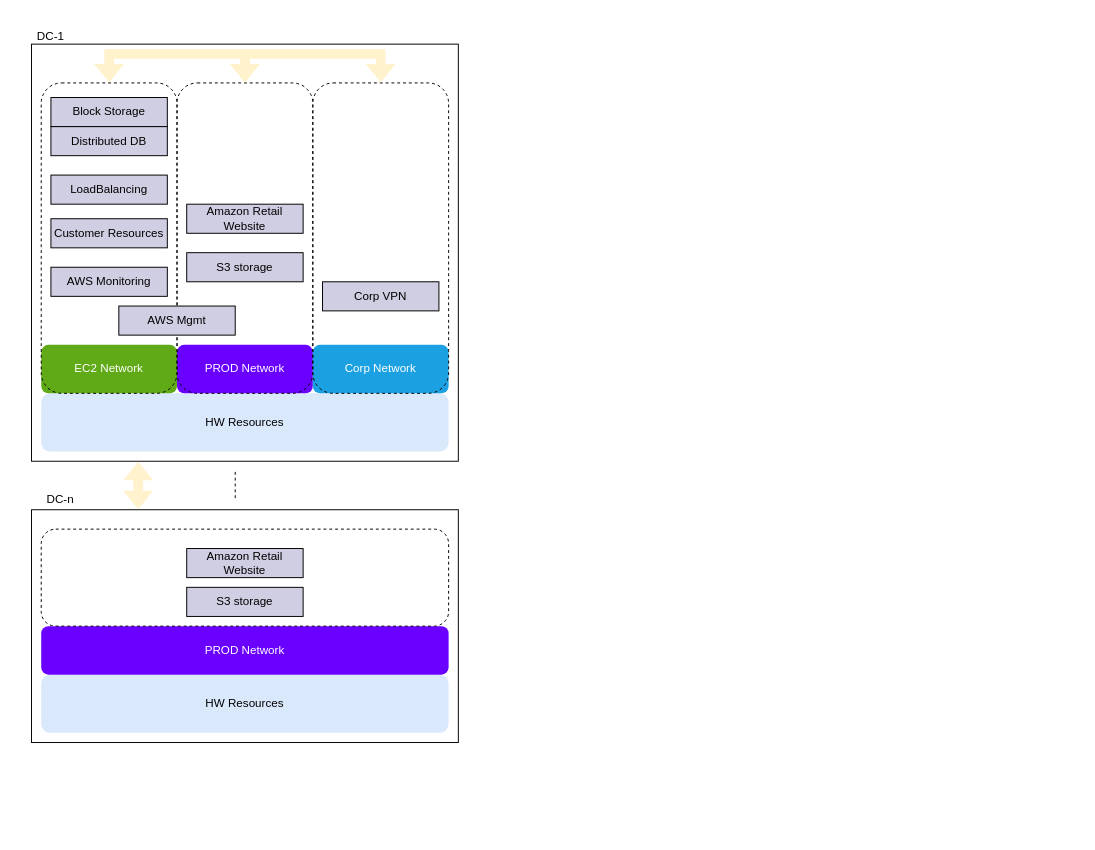
sugchand/drawio keeps this draw.io diagram as amazon hw resources.drawio. Above is the earlier version. Source tidied: cells renumbered, new cells numbered last; positions are measured from the earlier drawing's top-left corner, leaving out a move shared by most shapes. Both pictures are drawn from the tidied source at 97%, with x=0, y=0 at pixel (31, 26).
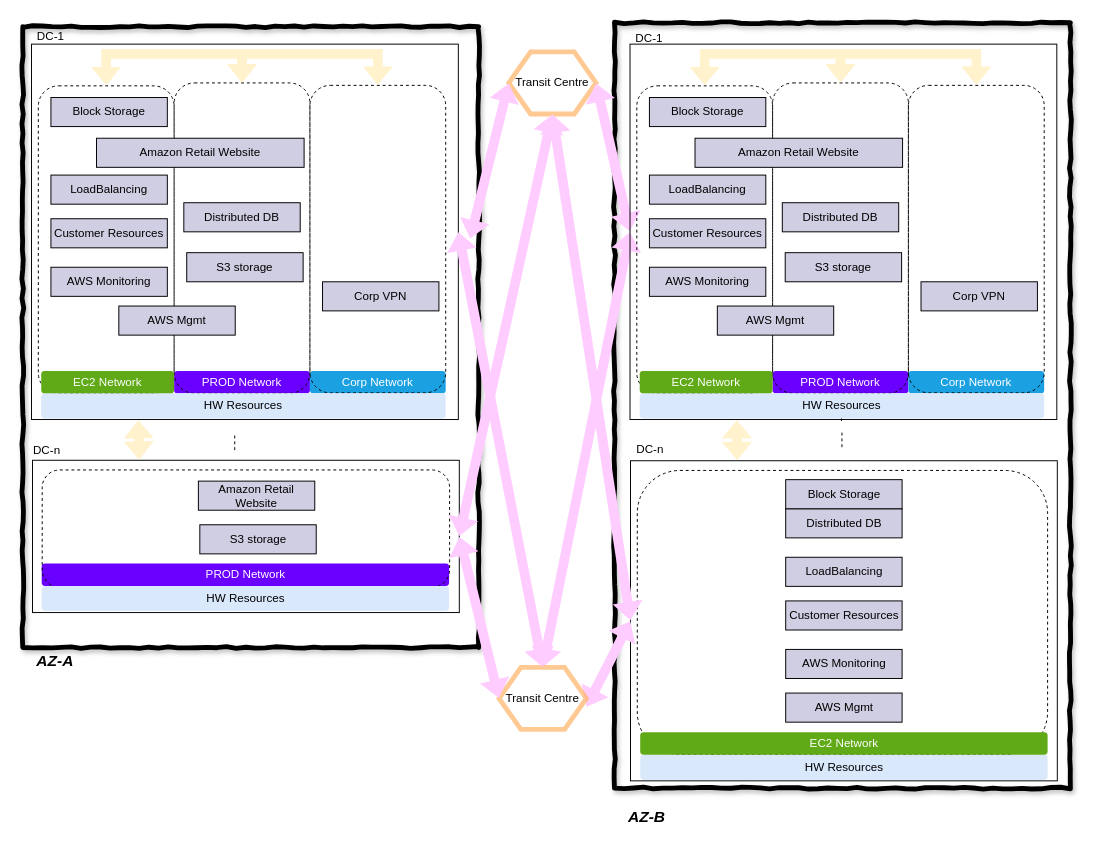
Above is the later version.

Change to the diagram source:
```diff
@@
+    <mxCell id="31" style="rounded=0;whiteSpace=wrap;html=1;fillColor=none;strokeWidth=5;shadow=1;glass=0;comic=1;" parent="1" vertex="1">
+      <mxGeometry x="601" y="-4" width="470" height="789" as="geometry" />
+    </mxCell>
+    <mxCell id="18" style="rounded=1;whiteSpace=wrap;html=1;fillColor=none;strokeColor=#000000;fontColor=#ffffff;dashed=1;" parent="1" vertex="1">
+      <mxGeometry x="7" y="61" width="140" height="317" as="geometry" />
+    </mxCell>
+    <mxCell id="32" style="rounded=1;whiteSpace=wrap;html=1;fillColor=none;strokeColor=#000000;fontColor=#ffffff;dashed=1;" parent="1" vertex="1">
+      <mxGeometry x="624.5" y="457.5" width="423" height="293" as="geometry" />
+    </mxCell>
+    <mxCell id="33" style="rounded=0;whiteSpace=wrap;html=1;fillColor=none;strokeWidth=5;shadow=1;glass=0;comic=1;" parent="1" vertex="1">
+      <mxGeometry x="-9" width="470" height="640" as="geometry" />
+    </mxCell>
+    <mxCell id="34" style="rounded=0;whiteSpace=wrap;html=1;strokeColor=#000000;fillColor=none;" parent="1" vertex="1">
+      <mxGeometry x="1" y="447" width="440" height="157" as="geometry" />
+    </mxCell>
     <mxCell id="2" style="endArrow=none;dashed=1;html=1;" parent="1" edge="1">
       <mxGeometry relative="1" as="geometry">
-        <mxPoint x="210" y="486" as="sourcePoint" />
-        <mxPoint x="210" y="456" as="targetPoint" />
+        <mxPoint x="209.5" y="436.5" as="sourcePoint" />
+        <mxPoint x="209.5" y="421" as="targetPoint" />
       </mxGeometry>
     </mxCell>
-    <mxCell id="3" value="HW Resources" style="rounded=1;whiteSpace=wrap;html=1;fillColor=#dae8fc;strokeColor=none;" parent="1" vertex="1">
-      <mxGeometry x="10" y="668" width="420" height="60" as="geometry" />
-    </mxCell>
-    <mxCell id="4" value="PROD Network" style="rounded=1;whiteSpace=wrap;html=1;fillColor=#6a00ff;strokeColor=none;fontColor=#ffffff;" parent="1" vertex="1">
-      <mxGeometry x="10" y="618" width="420" height="50" as="geometry" />
-    </mxCell>
-    <mxCell id="5" style="rounded=1;whiteSpace=wrap;html=1;fillColor=none;strokeColor=#000000;fontColor=#ffffff;dashed=1;" parent="1" vertex="1">
-      <mxGeometry x="10" y="518" width="420" height="100" as="geometry" />
-    </mxCell>
-    <mxCell id="6" value="S3 storage" style="rounded=0;whiteSpace=wrap;html=1;strokeColor=#000000;fillColor=#d0cee2;" parent="1" vertex="1">
-      <mxGeometry x="160" y="578" width="120" height="30" as="geometry" />
-    </mxCell>
-    <mxCell id="7" value="Amazon Retail Website" style="rounded=0;whiteSpace=wrap;html=1;strokeColor=#000000;fillColor=#d0cee2;" parent="1" vertex="1">
-      <mxGeometry x="160" y="538" width="120" height="30" as="geometry" />
-    </mxCell>
-    <mxCell id="8" style="rounded=0;whiteSpace=wrap;html=1;strokeColor=#000000;fillColor=none;" parent="1" vertex="1">
-      <mxGeometry y="498" width="440" height="240" as="geometry" />
-    </mxCell>
-    <mxCell id="9" value="DC-n" style="text;html=1;strokeColor=none;fillColor=none;align=center;verticalAlign=middle;whiteSpace=wrap;rounded=0;" parent="1" vertex="1">
-      <mxGeometry x="10" y="478" width="40" height="20" as="geometry" />
-    </mxCell>
     <mxCell id="10" style="rounded=0;whiteSpace=wrap;html=1;strokeColor=#000000;fillColor=none;" parent="1" vertex="1">
-      <mxGeometry y="18" width="440" height="430" as="geometry" />
+      <mxGeometry y="18" width="440" height="387" as="geometry" />
     </mxCell>
-    <mxCell id="11" value="HW Resources" style="rounded=1;whiteSpace=wrap;html=1;fillColor=#dae8fc;strokeColor=none;" parent="1" vertex="1">
-      <mxGeometry x="10" y="378" width="420" height="60" as="geometry" />
-    </mxCell>
-    <mxCell id="12" value="EC2 Network" style="rounded=1;whiteSpace=wrap;html=1;fillColor=#60a917;strokeColor=none;fontColor=#ffffff;" parent="1" vertex="1">
-      <mxGeometry x="10" y="328" width="140" height="50" as="geometry" />
-    </mxCell>
     <mxCell id="13" value="PROD Network" style="rounded=1;whiteSpace=wrap;html=1;fillColor=#6a00ff;strokeColor=none;fontColor=#ffffff;" parent="1" vertex="1">
-      <mxGeometry x="150" y="328" width="140" height="50" as="geometry" />
+      <mxGeometry x="147" y="355" width="140" height="23" as="geometry" />
     </mxCell>
     <mxCell id="14" value="Corp Network" style="rounded=1;whiteSpace=wrap;html=1;fillColor=#1ba1e2;strokeColor=none;fontColor=#ffffff;" parent="1" vertex="1">
-      <mxGeometry x="290" y="328" width="140" height="50" as="geometry" />
+      <mxGeometry x="287" y="355" width="140" height="23" as="geometry" />
     </mxCell>
     <mxCell id="15" style="rounded=1;whiteSpace=wrap;html=1;fillColor=none;strokeColor=#000000;fontColor=#ffffff;dashed=1;" parent="1" vertex="1">
-      <mxGeometry x="150" y="58" width="140" height="320" as="geometry" />
+      <mxGeometry x="147" y="58" width="140" height="320" as="geometry" />
     </mxCell>
     <mxCell id="16" style="rounded=1;whiteSpace=wrap;html=1;fillColor=none;strokeColor=#000000;fontColor=#ffffff;dashed=1;" parent="1" vertex="1">
-      <mxGeometry x="290" y="58" width="140" height="320" as="geometry" />
+      <mxGeometry x="287" y="60.5" width="140" height="317" as="geometry" />
     </mxCell>
@@
-    <mxCell id="18" style="rounded=1;whiteSpace=wrap;html=1;fillColor=none;strokeColor=#000000;fontColor=#ffffff;dashed=1;" parent="1" vertex="1">
-      <mxGeometry x="10" y="58" width="140" height="320" as="geometry" />
-    </mxCell>
@@
-    <mxCell id="24" value="Distributed DB" style="rounded=0;whiteSpace=wrap;html=1;strokeColor=#000000;fillColor=#d0cee2;" parent="1" vertex="1">
-      <mxGeometry x="20" y="103" width="120" height="30" as="geometry" />
-    </mxCell>
     <mxCell id="25" value="Amazon Retail Website" style="rounded=0;whiteSpace=wrap;html=1;strokeColor=#000000;fillColor=#d0cee2;" parent="1" vertex="1">
-      <mxGeometry x="160" y="183" width="120" height="30" as="geometry" />
+      <mxGeometry x="67" y="115" width="214" height="30" as="geometry" />
     </mxCell>
@@
-    <mxCell id="30" style="rounded=0;jettySize=auto;html=1;exitX=0.25;exitY=0;exitDx=0;exitDy=0;entryX=0.25;entryY=1;entryDx=0;entryDy=0;shape=flexArrow;startArrow=block;fillColor=#fff2cc;strokeColor=none;" parent="1" edge="1" source="8" target="10">
+    <mxCell id="30" style="rounded=0;jettySize=auto;html=1;entryX=0.25;entryY=1;entryDx=0;entryDy=0;shape=flexArrow;startArrow=block;fillColor=#fff2cc;strokeColor=none;exitX=0.25;exitY=0;exitDx=0;exitDy=0;" parent="1" edge="1" source="34" target="10">
       <mxGeometry relative="1" as="geometry" />
     </mxCell>
+    <mxCell id="35" value="HW Resources" style="rounded=1;whiteSpace=wrap;html=1;fillColor=#dae8fc;strokeColor=none;" parent="1" vertex="1">
+      <mxGeometry x="10" y="378" width="417" height="26" as="geometry" />
+    </mxCell>
+    <mxCell id="36" value="EC2 Network" style="rounded=1;whiteSpace=wrap;html=1;fillColor=#60a917;strokeColor=none;fontColor=#ffffff;" parent="1" vertex="1">
+      <mxGeometry x="10" y="355" width="137" height="23" as="geometry" />
+    </mxCell>
+    <mxCell id="37" value="PROD Network" style="rounded=1;whiteSpace=wrap;html=1;fillColor=#6a00ff;strokeColor=none;fontColor=#ffffff;" parent="1" vertex="1">
+      <mxGeometry x="10.5" y="553.5" width="420" height="23" as="geometry" />
+    </mxCell>
+    <mxCell id="38" style="rounded=1;whiteSpace=wrap;html=1;fillColor=none;strokeColor=#000000;fontColor=#ffffff;dashed=1;" parent="1" vertex="1">
+      <mxGeometry x="11" y="457" width="420" height="121" as="geometry" />
+    </mxCell>
+    <mxCell id="39" value="S3 storage" style="rounded=0;whiteSpace=wrap;html=1;strokeColor=#000000;fillColor=#d0cee2;" parent="1" vertex="1">
+      <mxGeometry x="173.5" y="513.5" width="120" height="30" as="geometry" />
+    </mxCell>
+    <mxCell id="40" value="Amazon Retail Website" style="rounded=0;whiteSpace=wrap;html=1;strokeColor=#000000;fillColor=#d0cee2;" parent="1" vertex="1">
+      <mxGeometry x="172" y="468.5" width="120" height="30" as="geometry" />
+    </mxCell>
+    <mxCell id="41" value="DC-n" style="text;html=1;strokeColor=none;fillColor=none;align=center;verticalAlign=middle;whiteSpace=wrap;rounded=0;" parent="1" vertex="1">
+      <mxGeometry x="-4.5" y="426.5" width="40" height="20" as="geometry" />
+    </mxCell>
+    <mxCell id="42" value="HW Resources" style="rounded=1;whiteSpace=wrap;html=1;fillColor=#dae8fc;strokeColor=none;" parent="1" vertex="1">
+      <mxGeometry x="10.5" y="576.5" width="420" height="26" as="geometry" />
+    </mxCell>
+    <mxCell id="43" value="DC-1" style="text;html=1;strokeColor=none;fillColor=none;align=center;verticalAlign=middle;whiteSpace=wrap;rounded=0;" parent="1" vertex="1">
+      <mxGeometry x="617" y="2" width="40" height="20" as="geometry" />
+    </mxCell>
+    <mxCell id="44" style="rounded=0;whiteSpace=wrap;html=1;strokeColor=#000000;fillColor=none;" parent="1" vertex="1">
+      <mxGeometry x="617.5" y="447.5" width="440" height="330" as="geometry" />
+    </mxCell>
+    <mxCell id="45" value="AWS Mgmt" style="rounded=0;whiteSpace=wrap;html=1;strokeColor=#000000;fillColor=#d0cee2;" parent="1" vertex="1">
+      <mxGeometry x="777.5" y="687" width="120" height="30" as="geometry" />
+    </mxCell>
+    <mxCell id="46" value="AWS Monitoring" style="rounded=0;whiteSpace=wrap;html=1;strokeColor=#000000;fillColor=#d0cee2;" parent="1" vertex="1">
+      <mxGeometry x="777.5" y="642" width="120" height="30" as="geometry" />
+    </mxCell>
+    <mxCell id="47" value="Customer Resources" style="rounded=0;whiteSpace=wrap;html=1;strokeColor=#000000;fillColor=#d0cee2;" parent="1" vertex="1">
+      <mxGeometry x="777.5" y="592" width="120" height="30" as="geometry" />
+    </mxCell>
+    <mxCell id="48" value="Distributed DB" style="rounded=0;whiteSpace=wrap;html=1;strokeColor=#000000;fillColor=#d0cee2;" parent="1" vertex="1">
+      <mxGeometry x="777.5" y="497" width="120" height="30" as="geometry" />
+    </mxCell>
+    <mxCell id="49" value="LoadBalancing" style="rounded=0;whiteSpace=wrap;html=1;strokeColor=#000000;fillColor=#d0cee2;" parent="1" vertex="1">
+      <mxGeometry x="777.5" y="547" width="120" height="30" as="geometry" />
+    </mxCell>
+    <mxCell id="50" value="Block Storage" style="rounded=0;whiteSpace=wrap;html=1;strokeColor=#000000;fillColor=#d0cee2;" parent="1" vertex="1">
+      <mxGeometry x="777.5" y="467" width="120" height="30" as="geometry" />
+    </mxCell>
+    <mxCell id="51" value="DC-n" style="text;html=1;strokeColor=none;fillColor=none;align=center;verticalAlign=middle;whiteSpace=wrap;rounded=0;" parent="1" vertex="1">
+      <mxGeometry x="617.5" y="425.5" width="40" height="20" as="geometry" />
+    </mxCell>
+    <mxCell id="52" value="HW Resources" style="rounded=1;whiteSpace=wrap;html=1;fillColor=#dae8fc;strokeColor=none;" parent="1" vertex="1">
+      <mxGeometry x="627.5" y="750.5" width="420" height="26" as="geometry" />
+    </mxCell>
+    <mxCell id="53" value="EC2 Network" style="rounded=1;whiteSpace=wrap;html=1;fillColor=#60a917;strokeColor=none;fontColor=#ffffff;" parent="1" vertex="1">
+      <mxGeometry x="627.5" y="727.5" width="420" height="23" as="geometry" />
+    </mxCell>
+    <mxCell id="54" style="endArrow=none;dashed=1;html=1;" parent="1" edge="1">
+      <mxGeometry relative="1" as="geometry">
+        <mxPoint x="835" y="406.5" as="sourcePoint" />
+        <mxPoint x="835" y="370" as="targetPoint" />
+      </mxGeometry>
+    </mxCell>
+    <mxCell id="55" style="rounded=0;jettySize=auto;html=1;entryX=0.25;entryY=1;entryDx=0;entryDy=0;shape=flexArrow;startArrow=block;fillColor=#fff2cc;strokeColor=none;exitX=0.25;exitY=0;exitDx=0;exitDy=0;" parent="1" edge="1" source="44" target="70">
+      <mxGeometry relative="1" as="geometry" />
+    </mxCell>
+    <mxCell id="56" value="&lt;b&gt;&lt;font style=&quot;font-size: 16px&quot;&gt;&lt;i&gt;AZ-A&lt;/i&gt;&lt;/font&gt;&lt;/b&gt;" style="text;html=1;strokeColor=none;fillColor=none;align=center;verticalAlign=middle;whiteSpace=wrap;rounded=0;shadow=1;glass=0;comic=1;" parent="1" vertex="1">
+      <mxGeometry x="-9" y="644" width="67" height="20" as="geometry" />
+    </mxCell>
+    <mxCell id="57" value="&lt;b&gt;&lt;font style=&quot;font-size: 16px&quot;&gt;&lt;i&gt;AZ-B&lt;/i&gt;&lt;/font&gt;&lt;/b&gt;" style="text;html=1;strokeColor=none;fillColor=none;align=center;verticalAlign=middle;whiteSpace=wrap;rounded=0;shadow=1;glass=0;comic=1;" parent="1" vertex="1">
+      <mxGeometry x="601" y="804" width="67" height="20" as="geometry" />
+    </mxCell>
+    <mxCell id="58" value="Transit Centre" style="shape=hexagon;perimeter=hexagonPerimeter2;whiteSpace=wrap;html=1;rounded=0;shadow=0;glass=0;comic=0;strokeWidth=5;fillColor=none;opacity=70;strokeColor=#FFB366;" parent="1" vertex="1">
+      <mxGeometry x="492" y="26" width="90" height="64" as="geometry" />
+    </mxCell>
+    <mxCell id="59" style="rounded=0;jettySize=auto;html=1;shape=flexArrow;startArrow=block;fillColor=#FFCCFF;strokeColor=none;exitX=1;exitY=0.5;exitDx=0;exitDy=0;entryX=0;entryY=0.5;entryDx=0;entryDy=0;" parent="1" edge="1" target="44">
+      <mxGeometry relative="1" as="geometry">
+        <mxPoint x="572" y="701.5" as="sourcePoint" />
+      </mxGeometry>
+    </mxCell>
+    <mxCell id="60" style="rounded=0;jettySize=auto;html=1;shape=flexArrow;startArrow=block;fillColor=#FFCCFF;strokeColor=none;exitX=0.5;exitY=0;exitDx=0;exitDy=0;entryX=0;entryY=0.5;entryDx=0;entryDy=0;" parent="1" edge="1" source="62" target="70">
+      <mxGeometry relative="1" as="geometry" />
+    </mxCell>
+    <mxCell id="61" style="rounded=0;jettySize=auto;html=1;shape=flexArrow;startArrow=block;fillColor=#FFCCFF;strokeColor=none;exitX=1;exitY=0.5;exitDx=0;exitDy=0;entryX=0;entryY=0.5;entryDx=0;entryDy=0;" parent="1" edge="1" source="58" target="70">
+      <mxGeometry relative="1" as="geometry" />
+    </mxCell>
+    <mxCell id="62" value="Transit Centre" style="shape=hexagon;perimeter=hexagonPerimeter2;whiteSpace=wrap;html=1;rounded=0;shadow=0;glass=0;comic=0;strokeWidth=5;fillColor=none;opacity=70;strokeColor=#FFB366;" parent="1" vertex="1">
+      <mxGeometry x="482" y="660.5" width="90" height="64" as="geometry" />
+    </mxCell>
+    <mxCell id="63" style="rounded=0;jettySize=auto;html=1;entryX=1.005;entryY=0.519;entryDx=0;entryDy=0;shape=flexArrow;startArrow=block;fillColor=#FFCCFF;strokeColor=none;exitX=0;exitY=0.5;exitDx=0;exitDy=0;entryPerimeter=0;" parent="1" edge="1" source="58">
+      <mxGeometry relative="1" as="geometry">
+        <mxPoint x="452.2" y="218.9" as="targetPoint" />
+      </mxGeometry>
+    </mxCell>
+    <mxCell id="64" style="rounded=0;jettySize=auto;html=1;entryX=1;entryY=0.5;entryDx=0;entryDy=0;shape=flexArrow;startArrow=block;fillColor=#FFCCFF;strokeColor=none;exitX=0.5;exitY=1;exitDx=0;exitDy=0;" parent="1" edge="1" source="58" target="34">
+      <mxGeometry relative="1" as="geometry" />
+    </mxCell>
+    <mxCell id="65" style="rounded=0;jettySize=auto;html=1;entryX=1;entryY=0.5;entryDx=0;entryDy=0;shape=flexArrow;startArrow=block;fillColor=#FFCCFF;strokeColor=none;exitX=0;exitY=0.5;exitDx=0;exitDy=0;" parent="1" edge="1" source="62" target="34">
+      <mxGeometry relative="1" as="geometry" />
+    </mxCell>
+    <mxCell id="66" style="rounded=0;jettySize=auto;html=1;shape=flexArrow;startArrow=block;fillColor=#FFCCFF;strokeColor=none;exitX=0.5;exitY=1;exitDx=0;exitDy=0;entryX=0;entryY=0.5;entryDx=0;entryDy=0;" parent="1" edge="1" source="58" target="44">
+      <mxGeometry relative="1" as="geometry" />
+    </mxCell>
+    <mxCell id="67" style="rounded=0;jettySize=auto;html=1;entryX=1;entryY=0.5;entryDx=0;entryDy=0;shape=flexArrow;startArrow=block;fillColor=#FFCCFF;strokeColor=none;exitX=0.5;exitY=0;exitDx=0;exitDy=0;" parent="1" edge="1" source="62" target="10">
+      <mxGeometry relative="1" as="geometry" />
+    </mxCell>
+    <mxCell id="68" value="Distributed DB" style="rounded=0;whiteSpace=wrap;html=1;strokeColor=#000000;fillColor=#d0cee2;" parent="1" vertex="1">
+      <mxGeometry x="157" y="181.5" width="120" height="30" as="geometry" />
+    </mxCell>
+    <mxCell id="69" style="rounded=1;whiteSpace=wrap;html=1;fillColor=none;strokeColor=#000000;fontColor=#ffffff;dashed=1;" parent="1" vertex="1">
+      <mxGeometry x="624" y="61" width="140" height="317" as="geometry" />
+    </mxCell>
+    <mxCell id="70" style="rounded=0;whiteSpace=wrap;html=1;strokeColor=#000000;fillColor=none;" parent="1" vertex="1">
+      <mxGeometry x="617" y="18" width="440" height="387" as="geometry" />
+    </mxCell>
+    <mxCell id="71" value="PROD Network" style="rounded=1;whiteSpace=wrap;html=1;fillColor=#6a00ff;strokeColor=none;fontColor=#ffffff;" parent="1" vertex="1">
+      <mxGeometry x="764" y="355" width="140" height="23" as="geometry" />
+    </mxCell>
+    <mxCell id="72" value="Corp Network" style="rounded=1;whiteSpace=wrap;html=1;fillColor=#1ba1e2;strokeColor=none;fontColor=#ffffff;" parent="1" vertex="1">
+      <mxGeometry x="904" y="355" width="140" height="23" as="geometry" />
+    </mxCell>
+    <mxCell id="73" style="rounded=1;whiteSpace=wrap;html=1;fillColor=none;strokeColor=#000000;fontColor=#ffffff;dashed=1;" parent="1" vertex="1">
+      <mxGeometry x="764" y="58" width="140" height="320" as="geometry" />
+    </mxCell>
+    <mxCell id="74" style="rounded=1;whiteSpace=wrap;html=1;fillColor=none;strokeColor=#000000;fontColor=#ffffff;dashed=1;" parent="1" vertex="1">
+      <mxGeometry x="904" y="60.5" width="140" height="317" as="geometry" />
+    </mxCell>
+    <mxCell id="75" style="edgeStyle=orthogonalEdgeStyle;rounded=0;jettySize=auto;html=1;exitX=0.5;exitY=0;exitDx=0;exitDy=0;entryX=0.5;entryY=0;entryDx=0;entryDy=0;shape=flexArrow;startArrow=block;fillColor=#fff2cc;strokeColor=none;" parent="1" edge="1" source="69" target="73">
+      <mxGeometry relative="1" as="geometry">
+        <Array as="points">
+          <mxPoint x="697" y="28" />
+          <mxPoint x="837" y="28" />
+        </Array>
+      </mxGeometry>
+    </mxCell>
+    <mxCell id="76" value="AWS Mgmt" style="rounded=0;whiteSpace=wrap;html=1;strokeColor=#000000;fillColor=#d0cee2;" parent="1" vertex="1">
+      <mxGeometry x="707" y="288" width="120" height="30" as="geometry" />
+    </mxCell>
+    <mxCell id="77" style="edgeStyle=orthogonalEdgeStyle;rounded=0;jettySize=auto;html=1;entryX=0.5;entryY=0;entryDx=0;entryDy=0;shape=flexArrow;startArrow=block;fillColor=#fff2cc;strokeColor=none;exitX=0.5;exitY=0;exitDx=0;exitDy=0;" parent="1" edge="1" source="73" target="74">
+      <mxGeometry relative="1" as="geometry">
+        <Array as="points">
+          <mxPoint x="837" y="28" />
+          <mxPoint x="977" y="28" />
+        </Array>
+      </mxGeometry>
+    </mxCell>
+    <mxCell id="78" value="AWS Monitoring" style="rounded=0;whiteSpace=wrap;html=1;strokeColor=#000000;fillColor=#d0cee2;" parent="1" vertex="1">
+      <mxGeometry x="637" y="248" width="120" height="30" as="geometry" />
+    </mxCell>
+    <mxCell id="79" value="Customer Resources" style="rounded=0;whiteSpace=wrap;html=1;strokeColor=#000000;fillColor=#d0cee2;" parent="1" vertex="1">
+      <mxGeometry x="637" y="198" width="120" height="30" as="geometry" />
+    </mxCell>
+    <mxCell id="80" value="S3 storage" style="rounded=0;whiteSpace=wrap;html=1;strokeColor=#000000;fillColor=#d0cee2;" parent="1" vertex="1">
+      <mxGeometry x="777" y="233" width="120" height="30" as="geometry" />
+    </mxCell>
+    <mxCell id="81" value="Amazon Retail Website" style="rounded=0;whiteSpace=wrap;html=1;strokeColor=#000000;fillColor=#d0cee2;" parent="1" vertex="1">
+      <mxGeometry x="684" y="115" width="214" height="30" as="geometry" />
+    </mxCell>
+    <mxCell id="82" value="Corp VPN" style="rounded=0;whiteSpace=wrap;html=1;strokeColor=#000000;fillColor=#d0cee2;" parent="1" vertex="1">
+      <mxGeometry x="917" y="263" width="120" height="30" as="geometry" />
+    </mxCell>
+    <mxCell id="83" value="LoadBalancing" style="rounded=0;whiteSpace=wrap;html=1;strokeColor=#000000;fillColor=#d0cee2;" parent="1" vertex="1">
+      <mxGeometry x="637" y="153" width="120" height="30" as="geometry" />
+    </mxCell>
+    <mxCell id="84" value="Block Storage" style="rounded=0;whiteSpace=wrap;html=1;strokeColor=#000000;fillColor=#d0cee2;" parent="1" vertex="1">
+      <mxGeometry x="637" y="73" width="120" height="30" as="geometry" />
+    </mxCell>
+    <mxCell id="85" value="HW Resources" style="rounded=1;whiteSpace=wrap;html=1;fillColor=#dae8fc;strokeColor=none;" parent="1" vertex="1">
+      <mxGeometry x="627" y="378" width="417" height="26" as="geometry" />
+    </mxCell>
+    <mxCell id="86" value="EC2 Network" style="rounded=1;whiteSpace=wrap;html=1;fillColor=#60a917;strokeColor=none;fontColor=#ffffff;" parent="1" vertex="1">
+      <mxGeometry x="627" y="355" width="137" height="23" as="geometry" />
+    </mxCell>
+    <mxCell id="87" value="Distributed DB" style="rounded=0;whiteSpace=wrap;html=1;strokeColor=#000000;fillColor=#d0cee2;" parent="1" vertex="1">
+      <mxGeometry x="774" y="181.5" width="120" height="30" as="geometry" />
+    </mxCell>
+    <mxCell id="88" style="endArrow=none;dashed=1;html=1;" parent="1" edge="1">
+      <mxGeometry relative="1" as="geometry">
+        <mxPoint x="835.5" y="433.5" as="sourcePoint" />
+        <mxPoint x="835.5" y="418" as="targetPoint" />
+      </mxGeometry>
+    </mxCell>
```
